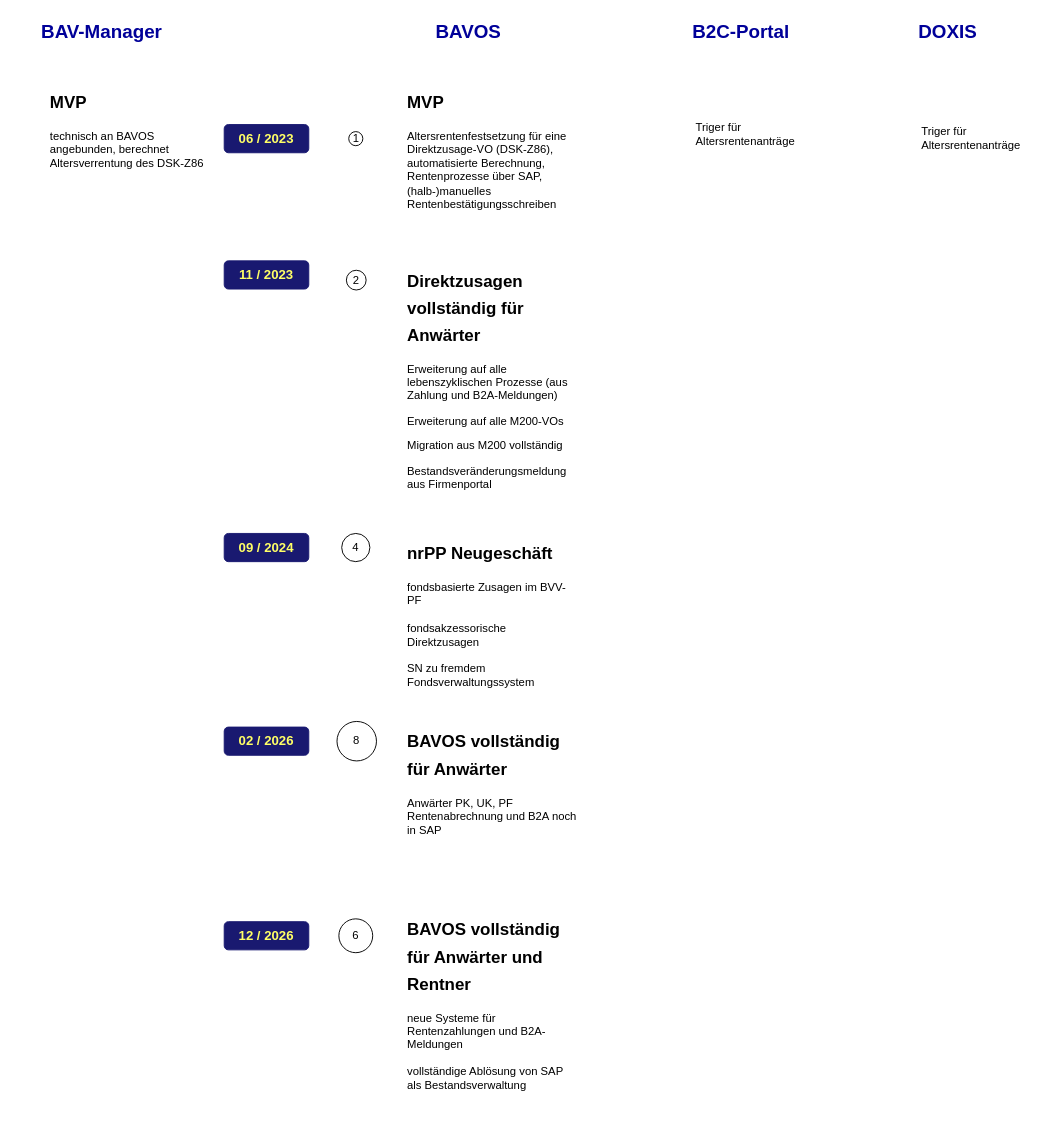
The draw.io diagram ITNEXT Roadmap.drawio in tzepter/diagrams, before the edit. Source tidied: cells renumbered, new cells numbered last; positions are measured from the earlier drawing's top-left corner, leaving out a move shared by most shapes. Both pictures are drawn from the tidied source at 94%, with x=0, y=0 at pixel (26, 16).
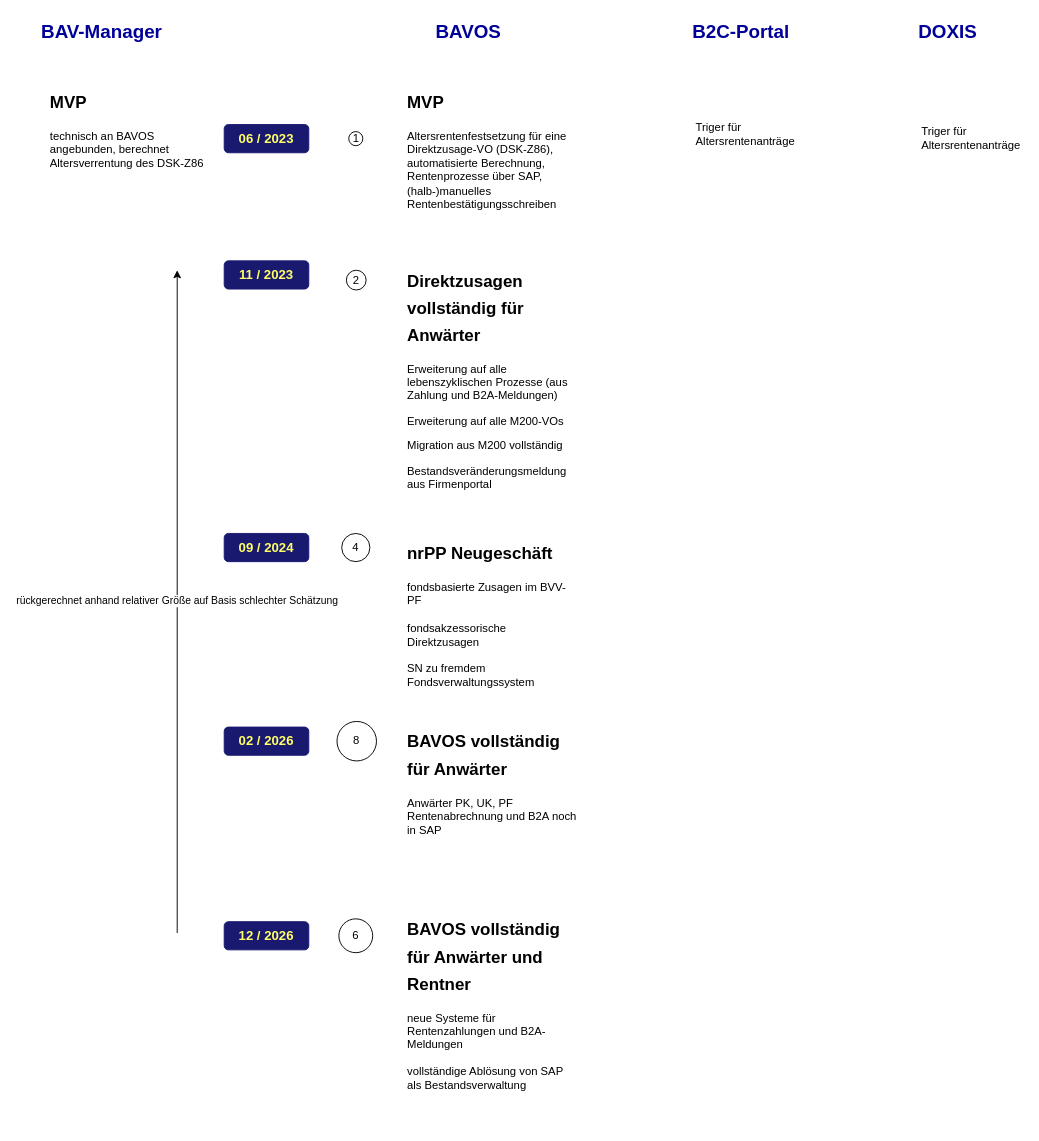
After the change.

Change to the diagram source:
```diff
@@
+    <mxCell id="24" value="rückgerechnet anhand relativer Größe auf Basis schlechter Schätzung" style="endArrow=classic;html=1;rounded=0;" parent="1" edge="1">
+      <mxGeometry relative="1" as="geometry">
+        <mxPoint x="160" y="975" as="sourcePoint" />
+        <mxPoint x="160" y="270" as="targetPoint" />
+      </mxGeometry>
+    </mxCell>
```
